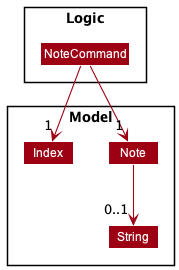
The PlantUML diagram docs/images/NoteClassDiagram.png in nus-cs2103-AY2122S1/tp, before a commit. The source it was exported from:
```plantuml
@startuml
!include style.puml
skinparam arrowThickness 1.1
skinparam arrowColor MODEL_COLOR
skinparam classBackgroundColor MODEL_COLOR

package Logic {
class NoteCommand
}


package Model {
class Note
class Index
class String
}

NoteCommand --> "1" Index
NoteCommand --> "1" Note
Note --> "0..1" String

@enduml
```
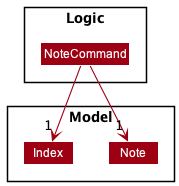
The same file after the commit.

Commit message:
Update NoteClassDiagram and StorageClassDiagram

The edit, as a diff of the source:
```diff
@@ -12,11 +12,9 @@
 package Model {
 class Note
 class Index
-class String
 }
 
 NoteCommand --> "1" Index
 NoteCommand --> "1" Note
-Note --> "0..1" String
 
 @enduml
```
